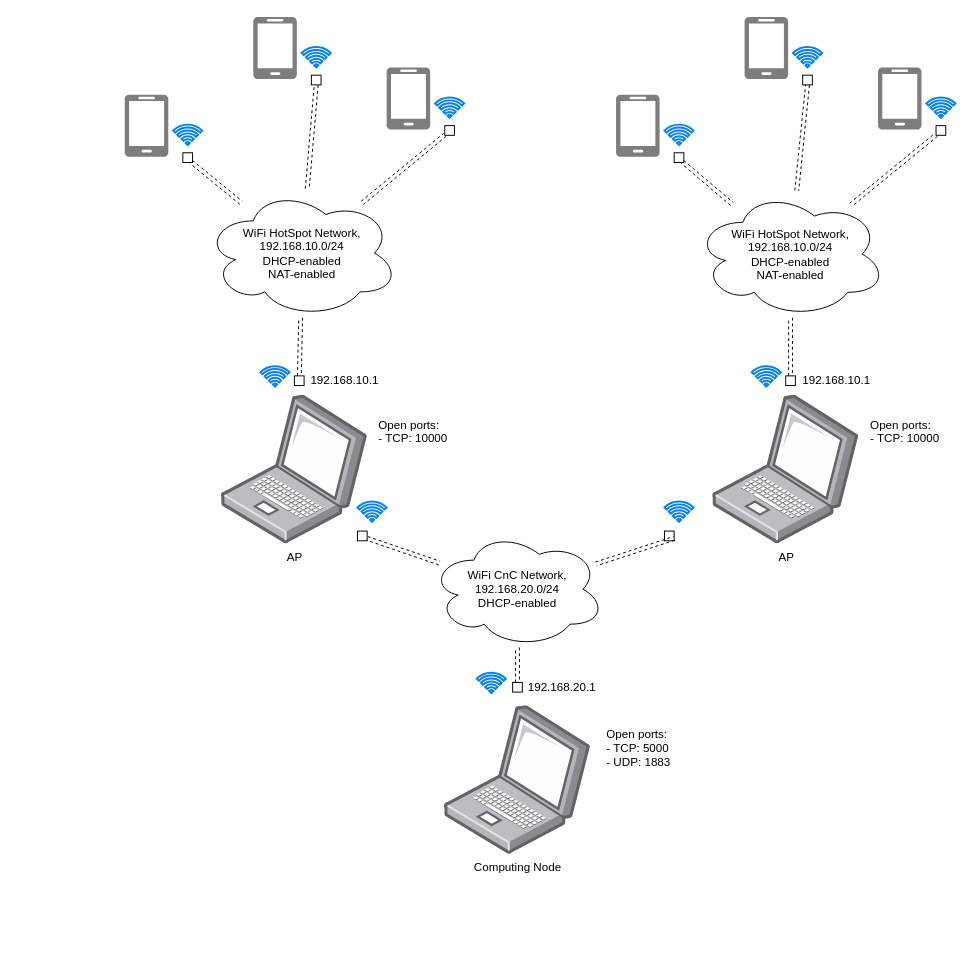
Above: page "Network_Diagram" (3 of 3) of docs/report/experiment/images/Deployment Diagram.drawio in Kirkirillka/GPS_Tracker (draw.io), before the change. Source tidied: cells renumbered, new cells numbered last; positions are measured from the earlier drawing's top-left corner, leaving out a move shared by most shapes. Both pictures are drawn from the tidied source at 97%, with x=0, y=0 at pixel (124, 16).
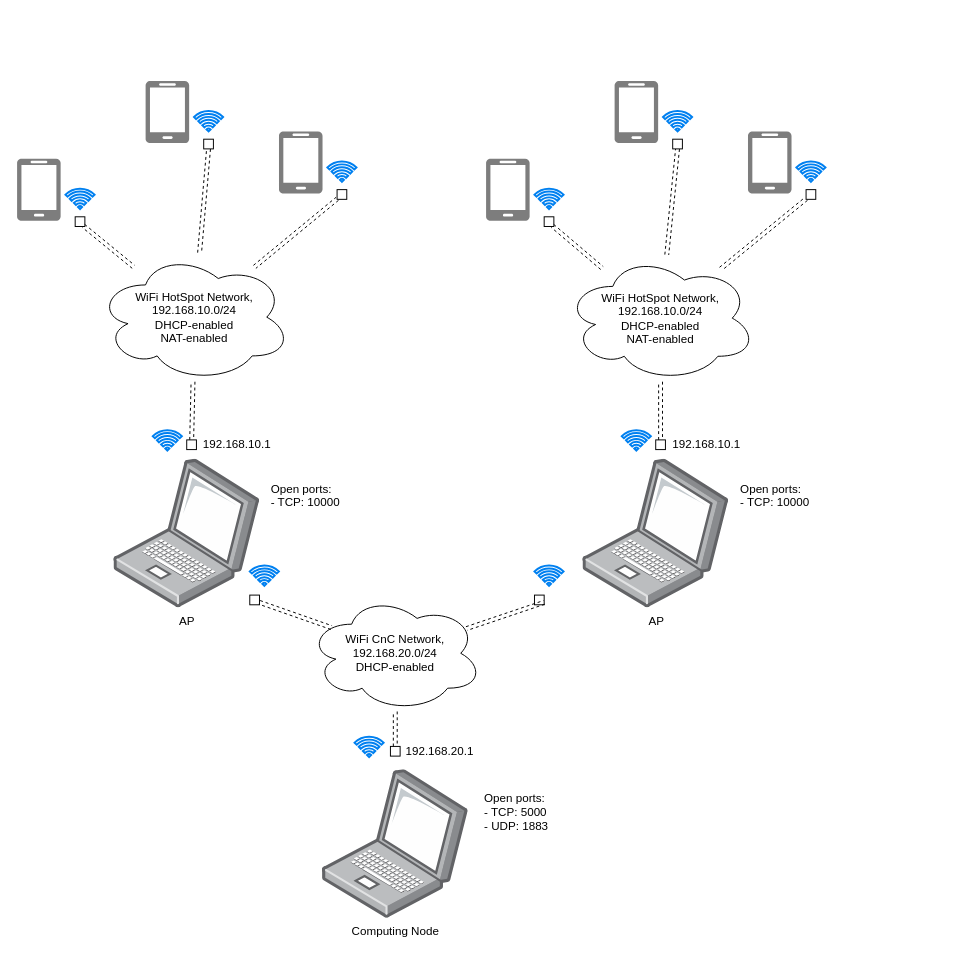
The same diagram, later.

Diff of the diagram source:
```diff
@@
     <mxCell id="2" style="group;" parent="1" vertex="1">
-      <mxGeometry y="80" width="85" height="70" as="geometry" />
+      <mxGeometry x="-111" y="146" width="85" height="70" as="geometry" />
     </mxCell>
@@
     <mxCell id="6" value="WiFi HotSpot Network,&lt;br&gt;192.168.10.0/24&lt;br&gt;DHCP-enabled&lt;br&gt;NAT-enabled&lt;br&gt;" style="ellipse;shape=cloud;whiteSpace=wrap;html=1;" parent="1" vertex="1">
-      <mxGeometry x="82.5" y="177" width="200" height="133" as="geometry" />
+      <mxGeometry x="-28.5" y="243" width="200" height="133" as="geometry" />
     </mxCell>
@@
     <mxCell id="11" value="AP" style="html=1;align=center;shadow=0;dashed=0;image;image=img/lib/allied_telesis/computer_and_terminals/Laptop.svg;" parent="1" vertex="1">
-      <mxGeometry x="100" y="390" width="150" height="153" as="geometry" />
+      <mxGeometry x="-11" y="456" width="150" height="153" as="geometry" />
     </mxCell>
     <mxCell id="12" style="html=1;verticalLabelPosition=bottom;align=center;labelBackgroundColor=#ffffff;verticalAlign=top;strokeWidth=2;strokeColor=#0080F0;fillColor=#ffffff;shadow=0;dashed=0;shape=mxgraph.ios7.icons.wifi;" parent="1" vertex="1">
-      <mxGeometry x="140" y="360" width="30" height="21" as="geometry" />
+      <mxGeometry x="29" y="426" width="30" height="21" as="geometry" />
     </mxCell>
     <mxCell id="13" value="192.168.10.1" style="text;html=1;align=left;verticalAlign=top;spacingTop=-4;" parent="1" vertex="1">
-      <mxGeometry x="190" y="365" width="90" height="20" as="geometry" />
+      <mxGeometry x="79" y="431" width="90" height="20" as="geometry" />
     </mxCell>
     <mxCell id="14" style="whiteSpace=wrap;html=1;" parent="1" vertex="1">
-      <mxGeometry x="175" y="370" width="10" height="10" as="geometry" />
+      <mxGeometry x="64" y="436" width="10" height="10" as="geometry" />
     </mxCell>
     <mxCell id="15" style="whiteSpace=wrap;html=1;" parent="1" vertex="1">
-      <mxGeometry x="240" y="530" width="10" height="10" as="geometry" />
+      <mxGeometry x="129" y="596" width="10" height="10" as="geometry" />
     </mxCell>
     <mxCell id="16" style="html=1;verticalLabelPosition=bottom;align=center;labelBackgroundColor=#ffffff;verticalAlign=top;strokeWidth=2;strokeColor=#0080F0;fillColor=#ffffff;shadow=0;dashed=0;shape=mxgraph.ios7.icons.wifi;" parent="1" vertex="1">
-      <mxGeometry x="240" y="499.5" width="30" height="21" as="geometry" />
+      <mxGeometry x="129" y="565.5" width="30" height="21" as="geometry" />
     </mxCell>
     <mxCell id="17" style="group;" parent="1" vertex="1">
-      <mxGeometry x="132.5" width="85" height="70" as="geometry" />
+      <mxGeometry x="21.5" y="66" width="85" height="70" as="geometry" />
     </mxCell>
@@
     <mxCell id="21" style="group;" parent="1" vertex="1">
-      <mxGeometry x="270" y="52" width="85" height="70" as="geometry" />
+      <mxGeometry x="159" y="118" width="85" height="70" as="geometry" />
     </mxCell>
@@
     <mxCell id="25" value="Computing Node" style="html=1;align=center;shadow=0;dashed=0;image;image=img/lib/allied_telesis/computer_and_terminals/Laptop.svg;" parent="1" vertex="1">
-      <mxGeometry x="330" y="710" width="150" height="153" as="geometry" />
+      <mxGeometry x="204" y="776" width="150" height="153" as="geometry" />
     </mxCell>
     <mxCell id="26" value="WiFi CnC Network,&lt;br&gt;192.168.20.0/24&lt;br&gt;DHCP-enabled&lt;br&gt;" style="ellipse;shape=cloud;whiteSpace=wrap;html=1;" parent="1" vertex="1">
-      <mxGeometry x="315" y="530" width="180" height="120" as="geometry" />
+      <mxGeometry x="189" y="596" width="180" height="120" as="geometry" />
     </mxCell>
     <mxCell id="27" style="html=1;verticalLabelPosition=bottom;align=center;labelBackgroundColor=#ffffff;verticalAlign=top;strokeWidth=2;strokeColor=#0080F0;fillColor=#ffffff;shadow=0;dashed=0;shape=mxgraph.ios7.icons.wifi;" parent="1" vertex="1">
-      <mxGeometry x="363" y="676" width="30" height="21" as="geometry" />
+      <mxGeometry x="237" y="742" width="30" height="21" as="geometry" />
     </mxCell>
     <mxCell id="28" value="192.168.20.1" style="text;html=1;align=left;verticalAlign=top;spacingTop=-4;" parent="1" vertex="1">
-      <mxGeometry x="414" y="681" width="90" height="20" as="geometry" />
+      <mxGeometry x="288" y="747" width="90" height="20" as="geometry" />
     </mxCell>
     <mxCell id="29" style="whiteSpace=wrap;html=1;" parent="1" vertex="1">
-      <mxGeometry x="400" y="686" width="10" height="10" as="geometry" />
+      <mxGeometry x="274" y="752" width="10" height="10" as="geometry" />
     </mxCell>
@@
-    <mxCell id="31" style="shape=link;html=1;dashed=1;startArrow=none;startFill=0;endArrow=open;endFill=0;entryX=1;entryY=0.75;entryDx=0;entryDy=0;" parent="1" edge="1" source="26" target="15">
-      <mxGeometry relative="1" as="geometry" />
+    <mxCell id="31" style="shape=link;html=1;dashed=1;startArrow=none;startFill=0;endArrow=open;endFill=0;entryX=1;entryY=0.75;entryDx=0;entryDy=0;" parent="1" edge="1" target="15">
+      <mxGeometry relative="1" as="geometry">
+        <mxPoint x="213.2" y="629.5" as="sourcePoint" />
+      </mxGeometry>
     </mxCell>
     <mxCell id="32" value="Open ports:&lt;br&gt;- TCP: 10000" style="text;html=1;align=left;verticalAlign=top;spacingTop=-4;" parent="1" vertex="1">
-      <mxGeometry x="260" y="411" width="90" height="30" as="geometry" />
+      <mxGeometry x="149" y="477" width="90" height="30" as="geometry" />
     </mxCell>
     <mxCell id="33" value="Open ports:&lt;br&gt;- TCP: 5000&lt;br&gt;- UDP: 1883&lt;br&gt;" style="text;html=1;align=left;verticalAlign=top;spacingTop=-4;" parent="1" vertex="1">
-      <mxGeometry x="495" y="730" width="80" height="40" as="geometry" />
+      <mxGeometry x="369" y="796" width="80" height="40" as="geometry" />
     </mxCell>
     <mxCell id="34" style="group;" parent="1" vertex="1">
-      <mxGeometry x="506.5" y="80" width="85" height="70" as="geometry" />
+      <mxGeometry x="372.5" y="146" width="85" height="70" as="geometry" />
     </mxCell>
@@
     <mxCell id="38" value="WiFi HotSpot Network,&lt;br&gt;192.168.10.0/24&lt;br&gt;DHCP-enabled&lt;br&gt;NAT-enabled&lt;br&gt;" style="ellipse;shape=cloud;whiteSpace=wrap;html=1;" parent="1" vertex="1">
-      <mxGeometry x="588" y="179" width="197" height="131" as="geometry" />
+      <mxGeometry x="454" y="245" width="197" height="131" as="geometry" />
     </mxCell>
@@
     <mxCell id="43" value="AP" style="html=1;align=center;shadow=0;dashed=0;image;image=img/lib/allied_telesis/computer_and_terminals/Laptop.svg;" parent="1" vertex="1">
-      <mxGeometry x="606.5" y="390" width="150" height="153" as="geometry" />
+      <mxGeometry x="472.5" y="456" width="150" height="153" as="geometry" />
     </mxCell>
     <mxCell id="44" style="html=1;verticalLabelPosition=bottom;align=center;labelBackgroundColor=#ffffff;verticalAlign=top;strokeWidth=2;strokeColor=#0080F0;fillColor=#ffffff;shadow=0;dashed=0;shape=mxgraph.ios7.icons.wifi;" parent="1" vertex="1">
-      <mxGeometry x="646.5" y="360" width="30" height="21" as="geometry" />
+      <mxGeometry x="512.5" y="426" width="30" height="21" as="geometry" />
     </mxCell>
     <mxCell id="45" value="192.168.10.1" style="text;html=1;align=left;verticalAlign=top;spacingTop=-4;" parent="1" vertex="1">
-      <mxGeometry x="696.5" y="365" width="90" height="20" as="geometry" />
+      <mxGeometry x="562.5" y="431" width="90" height="20" as="geometry" />
     </mxCell>
     <mxCell id="46" style="whiteSpace=wrap;html=1;" parent="1" vertex="1">
-      <mxGeometry x="681.5" y="370" width="10" height="10" as="geometry" />
+      <mxGeometry x="547.5" y="436" width="10" height="10" as="geometry" />
     </mxCell>
     <mxCell id="47" style="whiteSpace=wrap;html=1;" parent="1" vertex="1">
-      <mxGeometry x="556.5" y="530" width="10" height="10" as="geometry" />
+      <mxGeometry x="422.5" y="596" width="10" height="10" as="geometry" />
     </mxCell>
     <mxCell id="48" style="html=1;verticalLabelPosition=bottom;align=center;labelBackgroundColor=#ffffff;verticalAlign=top;strokeWidth=2;strokeColor=#0080F0;fillColor=#ffffff;shadow=0;dashed=0;shape=mxgraph.ios7.icons.wifi;" parent="1" vertex="1">
-      <mxGeometry x="556.5" y="499.5" width="30" height="21" as="geometry" />
+      <mxGeometry x="422.5" y="565.5" width="30" height="21" as="geometry" />
     </mxCell>
     <mxCell id="49" style="group;" parent="1" vertex="1">
-      <mxGeometry x="639" width="85" height="70" as="geometry" />
+      <mxGeometry x="505" y="66" width="85" height="70" as="geometry" />
     </mxCell>
@@
     <mxCell id="53" style="group;" parent="1" vertex="1">
-      <mxGeometry x="776.5" y="52" width="85" height="70" as="geometry" />
+      <mxGeometry x="642.5" y="118" width="85" height="70" as="geometry" />
     </mxCell>
@@
-    <mxCell id="57" style="shape=link;html=1;dashed=1;startArrow=none;startFill=0;endArrow=open;endFill=0;entryX=1;entryY=0.75;entryDx=0;entryDy=0;" parent="1" edge="1" source="26" target="47">
-      <mxGeometry relative="1" as="geometry" />
+    <mxCell id="57" style="shape=link;html=1;dashed=1;startArrow=none;startFill=0;endArrow=open;endFill=0;entryX=1;entryY=0.75;entryDx=0;entryDy=0;" parent="1" edge="1" target="47">
+      <mxGeometry relative="1" as="geometry">
+        <mxPoint x="352.5" y="630.5" as="sourcePoint" />
+      </mxGeometry>
     </mxCell>
     <mxCell id="58" value="Open ports:&lt;br&gt;- TCP: 10000" style="text;html=1;align=left;verticalAlign=top;spacingTop=-4;" parent="1" vertex="1">
-      <mxGeometry x="766.5" y="411" width="90" height="30" as="geometry" />
+      <mxGeometry x="632.5" y="477" width="90" height="30" as="geometry" />
     </mxCell>
```
